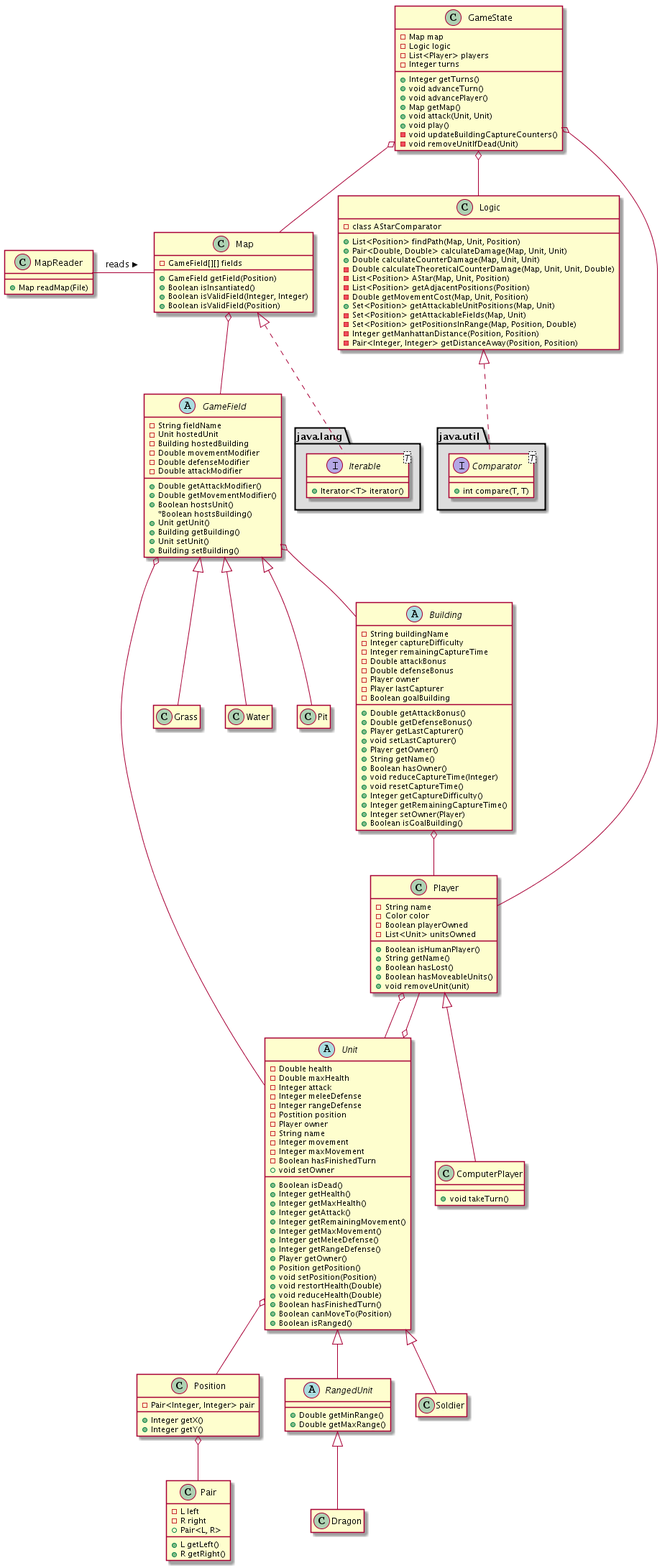
Before: doc/uml.png, a diagram exported from PlantUML (Fuuzetsu/dragon-wars).
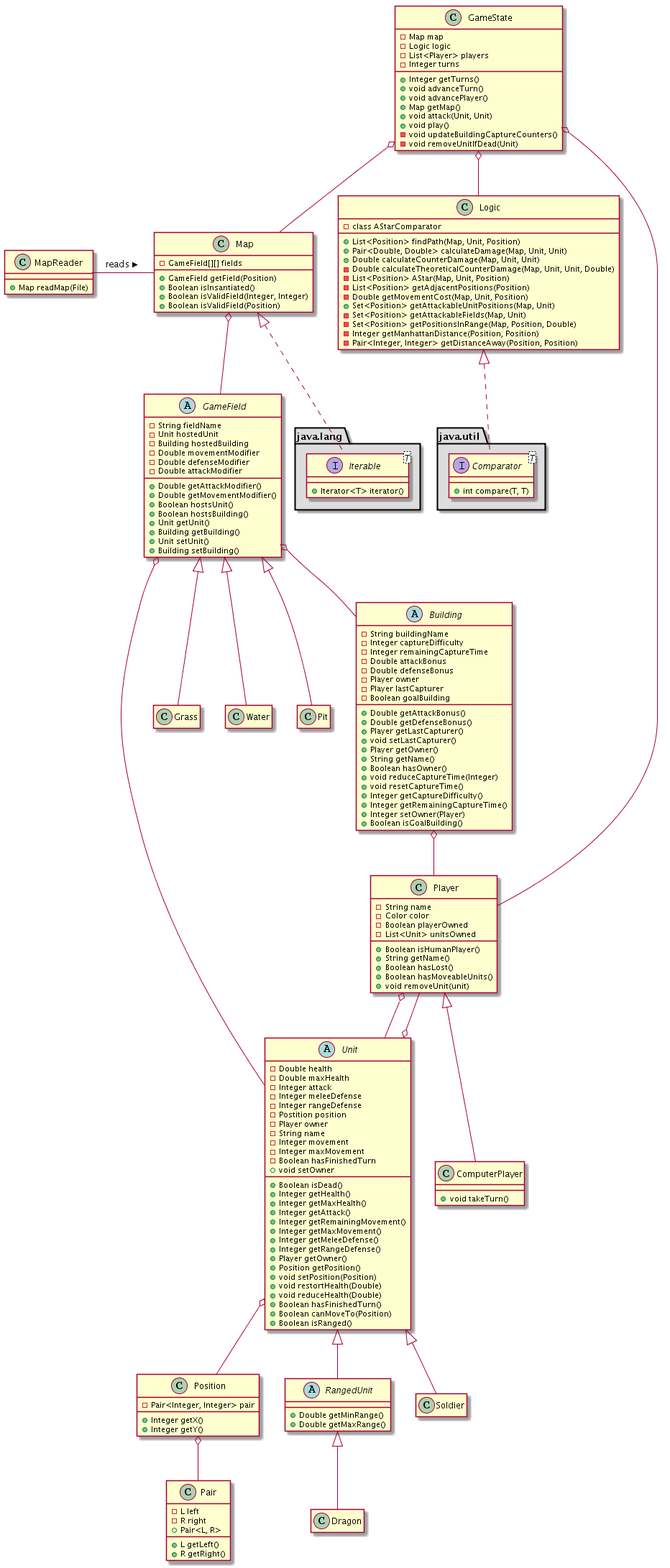
After the change.

The edit, as a diff of the source:
```diff
@@ -175,7 +175,7 @@
       +Double getAttackModifier()
       +Double getMovementModifier()
       +Boolean hostsUnit()
-      *Boolean hostsBuilding()
+      +Boolean hostsBuilding()
       +Unit getUnit()
       +Building getBuilding()
       +Unit setUnit()
```
